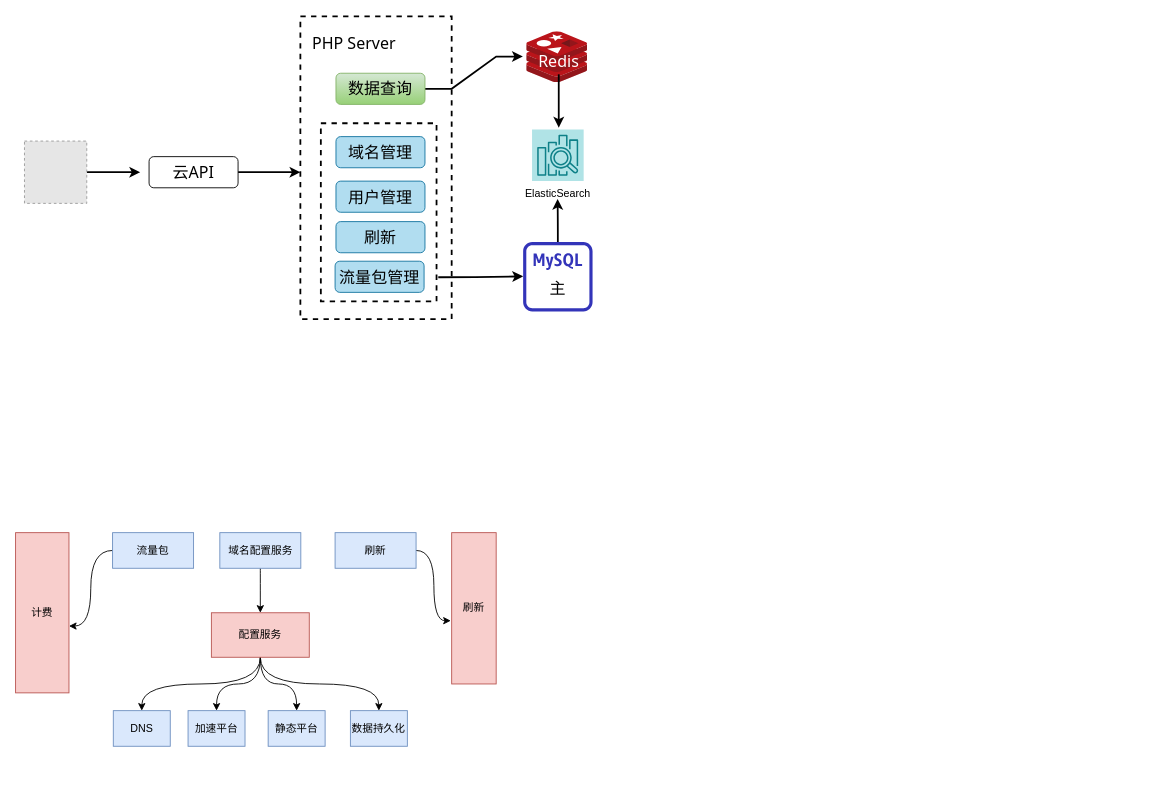
The draw.io diagram page "第 4 页" (4 of 7) of tcb.drawio in wwCrazy/resume, before the edit. Source tidied: cells renumbered, new cells numbered last; positions are measured from the earlier drawing's top-left corner, leaving out a move shared by most shapes. Both pictures are drawn from the tidied source at 89%, with x=0, y=0 at pixel (15, 16). Pictures stored in the file or linked from it are replaced by grey dashed boxes.
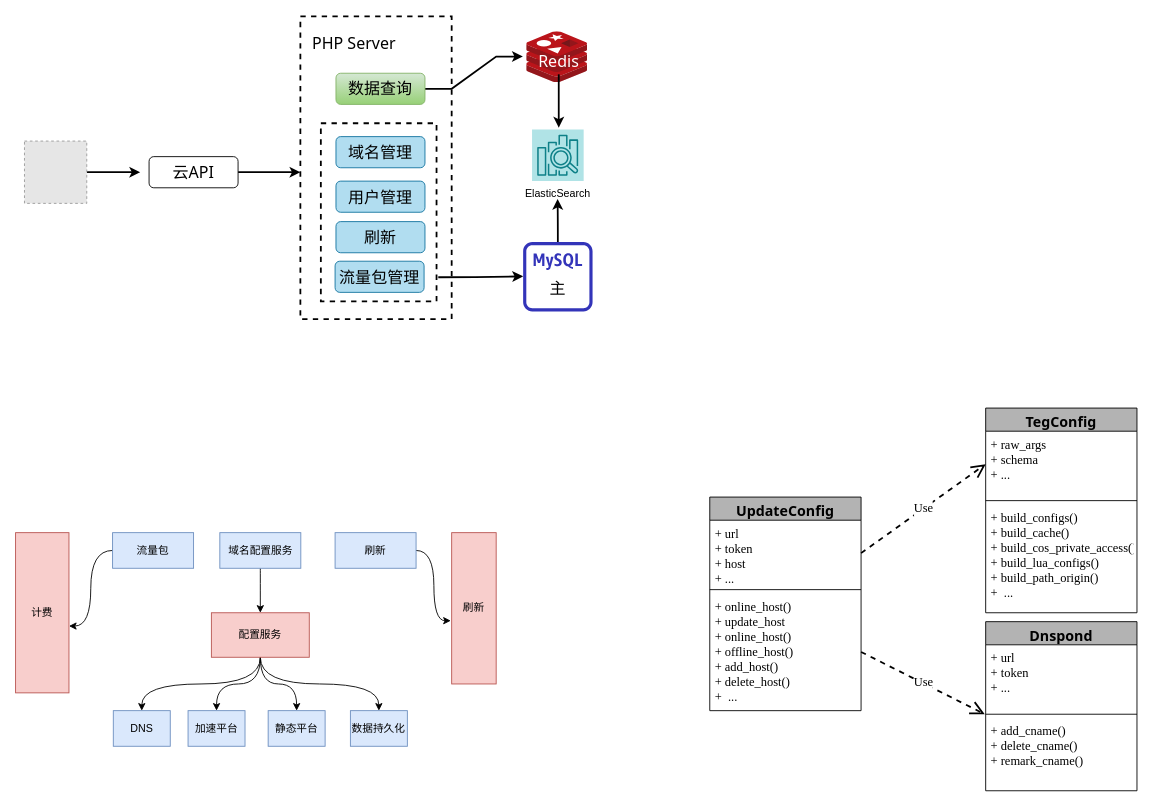
Above is the later version.

Diff of the diagram source:
```diff
@@
+    <mxCell id="41" value="TegConfig&#10;" style="swimlane;fontStyle=1;align=center;verticalAlign=top;horizontal=1;startSize=26;strokeWidth=1;fillColor=#B3B3B3;fontFamily=Tahoma;fontSize=16;fontColor=#000000;" parent="1" vertex="1">
+      <mxGeometry x="1090" y="440" width="170" height="230" as="geometry" />
+    </mxCell>
+    <mxCell id="42" value="+ raw_args&#10;+ schema&#10;+ ..." style="text;strokeColor=none;fillColor=none;align=left;verticalAlign=top;spacingLeft=4;spacingRight=4;overflow=hidden;points=[[0,0.5],[1,0.5]];portConstraint=eastwest;fontFamily=Times New Roman;fontSize=14;" parent="41" vertex="1">
+      <mxGeometry y="26" width="170" height="74" as="geometry" />
+    </mxCell>
+    <mxCell id="43" style="line;strokeWidth=1;fillColor=none;align=left;verticalAlign=middle;spacingTop=-1;spacingLeft=3;spacingRight=3;labelPosition=right;" parent="41" vertex="1">
+      <mxGeometry y="100" width="170" height="8" as="geometry" />
+    </mxCell>
+    <mxCell id="44" value="+ build_configs()&#10;+ build_cache()&#10;+ build_cos_private_access()&#10;+ build_lua_configs()&#10;+ build_path_origin()&#10;+  ..." style="text;strokeColor=none;fillColor=none;align=left;verticalAlign=top;spacingLeft=4;spacingRight=4;overflow=hidden;fontSize=14;fontFamily=Times New Roman;" parent="41" vertex="1">
+      <mxGeometry y="108" width="170" height="122" as="geometry" />
+    </mxCell>
+    <mxCell id="45" value="UpdateConfig" style="swimlane;fontStyle=1;align=center;verticalAlign=top;horizontal=1;startSize=26;strokeWidth=1;fillColor=#B3B3B3;fontFamily=Tahoma;fontSize=16;fontColor=#000000;" parent="1" vertex="1">
+      <mxGeometry x="780" y="540" width="170" height="240" as="geometry" />
+    </mxCell>
+    <mxCell id="46" value="+ url&#10;+ token&#10;+ host&#10;+ ..." style="text;strokeColor=none;fillColor=none;align=left;verticalAlign=top;spacingLeft=4;spacingRight=4;overflow=hidden;points=[[0,0.5],[1,0.5]];portConstraint=eastwest;fontFamily=Times New Roman;fontSize=14;" parent="45" vertex="1">
+      <mxGeometry y="26" width="170" height="74" as="geometry" />
+    </mxCell>
+    <mxCell id="47" style="line;strokeWidth=1;fillColor=none;align=left;verticalAlign=middle;spacingTop=-1;spacingLeft=3;spacingRight=3;labelPosition=right;" parent="45" vertex="1">
+      <mxGeometry y="100" width="170" height="8" as="geometry" />
+    </mxCell>
+    <mxCell id="48" value="+ online_host()&#10;+ update_host&#10;+ online_host()&#10;+ offline_host()&#10;+ add_host()&#10;+ delete_host()&#10;+  ..." style="text;strokeColor=none;fillColor=none;align=left;verticalAlign=top;spacingLeft=4;spacingRight=4;overflow=hidden;points=[[0,0.5],[1,0.5]];portConstraint=eastwest;fontSize=14;fontFamily=Times New Roman;" parent="45" vertex="1">
+      <mxGeometry y="108" width="170" height="132" as="geometry" />
+    </mxCell>
+    <mxCell id="49" value="Dnspond" style="swimlane;fontStyle=1;align=center;verticalAlign=top;horizontal=1;startSize=26;strokeWidth=1;fillColor=#B3B3B3;fontFamily=Tahoma;fontSize=16;fontColor=#000000;" parent="1" vertex="1">
+      <mxGeometry x="1090" y="680" width="170" height="190" as="geometry" />
+    </mxCell>
+    <mxCell id="50" value="+ url&#10;+ token&#10;+ ..." style="text;strokeColor=none;fillColor=none;align=left;verticalAlign=top;spacingLeft=4;spacingRight=4;overflow=hidden;fontFamily=Times New Roman;fontSize=14;" parent="49" vertex="1">
+      <mxGeometry y="26" width="170" height="74" as="geometry" />
+    </mxCell>
+    <mxCell id="51" style="line;strokeWidth=1;fillColor=none;align=left;verticalAlign=middle;spacingTop=-1;spacingLeft=3;spacingRight=3;labelPosition=right;" parent="49" vertex="1">
+      <mxGeometry y="100" width="170" height="8" as="geometry" />
+    </mxCell>
+    <mxCell id="52" value="+ add_cname()&#10;+ delete_cname()&#10;+ remark_cname()&#10;" style="text;strokeColor=none;fillColor=none;align=left;verticalAlign=top;spacingLeft=4;spacingRight=4;overflow=hidden;points=[[0,0.5],[1,0.5]];portConstraint=eastwest;fontSize=14;fontFamily=Times New Roman;" parent="49" vertex="1">
+      <mxGeometry y="108" width="170" height="82" as="geometry" />
+    </mxCell>
+    <mxCell id="53" value="Use" style="endArrow=open;endSize=12;dashed=1;html=1;strokeWidth=2;fontFamily=Times New Roman;fontSize=14;fontColor=#000000;entryX=0;entryY=0.5;entryDx=0;entryDy=0;exitX=1;exitY=0.5;exitDx=0;exitDy=0;" parent="1" edge="1" source="46" target="42">
+      <mxGeometry relative="1" as="geometry" />
+    </mxCell>
+    <mxCell id="54" value="Use" style="endArrow=open;endSize=12;dashed=1;html=1;strokeWidth=2;fontFamily=Times New Roman;fontSize=14;fontColor=#000000;entryX=-0.006;entryY=-0.049;entryDx=0;entryDy=0;exitX=1;exitY=0.5;exitDx=0;exitDy=0;entryPerimeter=0;" parent="1" edge="1" source="48" target="52">
+      <mxGeometry relative="1" as="geometry" />
+    </mxCell>
```
